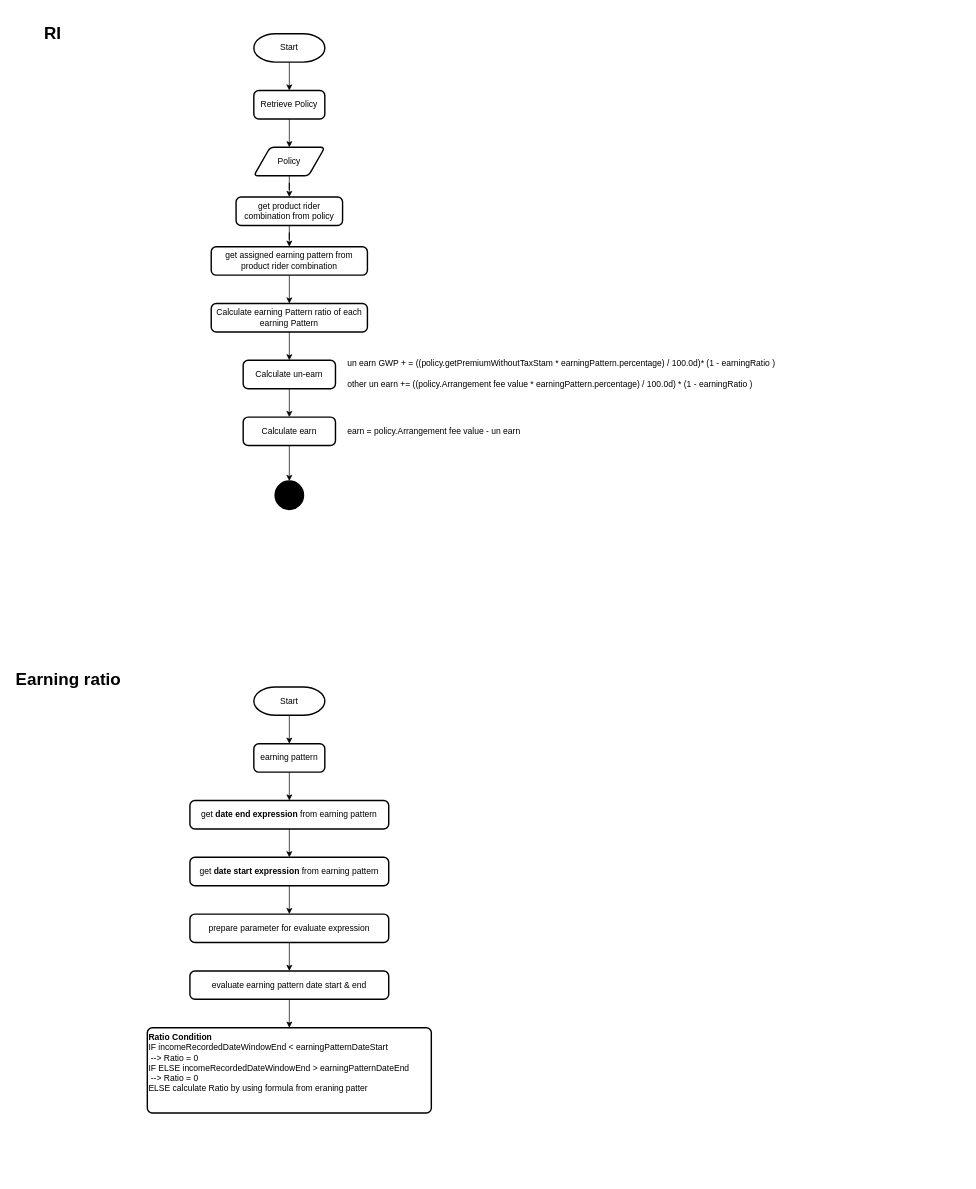
Before: SG-RI-Calculation.drawio in phatcharalaw/my-doc, a draw.io diagram. Source tidied: cells renumbered, new cells numbered last; positions are measured from the earlier drawing's top-left corner, leaving out a move shared by most shapes. Both pictures are drawn from the tidied source at 71%, with x=0, y=0 at pixel (12, 19).
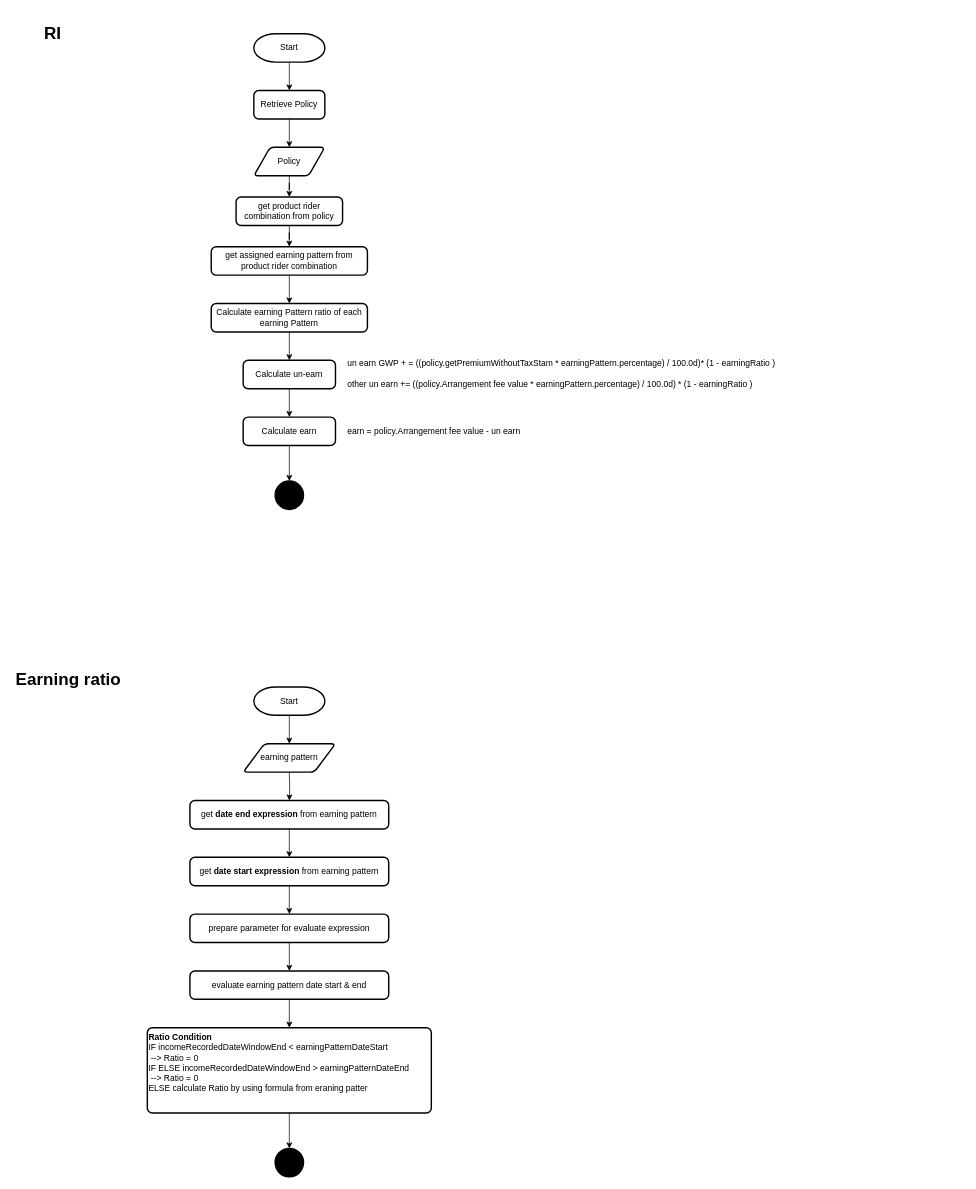
The same diagram, later.

The change refers to these unchanged cells:
```xml
<mxCell id="25" value="Start" style="strokeWidth=2;html=1;shape=mxgraph.flowchart.terminator;whiteSpace=wrap;align=center;" parent="1" vertex="1">
  <mxGeometry x="340" y="940" width="100" height="40" as="geometry" />
</mxCell>
<mxCell id="29" value="get &lt;b&gt;date end expression&lt;/b&gt; from earning pattern" style="rounded=1;whiteSpace=wrap;html=1;absoluteArcSize=1;arcSize=14;strokeWidth=2;" parent="1" vertex="1">
  <mxGeometry x="250" y="1100" width="280" height="40" as="geometry" />
</mxCell>
<mxCell id="36" value="&lt;div&gt;&lt;span&gt;&lt;b&gt;Ratio Condition&lt;/b&gt;&lt;/span&gt;&lt;/div&gt;&lt;div&gt;&lt;span&gt;IF incomeRecordedDateWindowEnd &amp;lt; earningPatternDateStart&lt;/span&gt;&lt;/div&gt;&lt;div&gt;&lt;span&gt;&lt;span style=&quot;white-space: pre&quot;&gt; &lt;/span&gt;--&amp;gt; Ratio = 0&amp;nbsp;&lt;/span&gt;&lt;/div&gt;&lt;div&gt;&lt;span&gt;IF ELSE incomeRecordedDateWindowEnd &amp;gt; earningPatternDateEnd&lt;/span&gt;&lt;/div&gt;&lt;div&gt;&lt;span&gt;&lt;span style=&quot;white-space: pre&quot;&gt; &lt;/span&gt;--&amp;gt; Ratio = 0&amp;nbsp;&lt;/span&gt;&lt;/div&gt;&lt;div&gt;&lt;span&gt;ELSE calculate Ratio by using formula from eraning patter&lt;/span&gt;&lt;/div&gt;" style="rounded=1;whiteSpace=wrap;html=1;absoluteArcSize=1;arcSize=14;strokeWidth=2;align=left;verticalAlign=top;fontStyle=0;" parent="1" vertex="1">
  <mxGeometry x="190" y="1420" width="400" height="120" as="geometry" />
</mxCell>
```

Diff of the diagram source:
```diff
@@
-    <mxCell id="24" style="edgeStyle=orthogonalEdgeStyle;rounded=0;jettySize=auto;html=1;entryX=0.5;entryY=0;entryDx=0;entryDy=0;" parent="1" edge="1" source="25" target="27">
-      <mxGeometry relative="1" as="geometry" />
+    <mxCell id="24" style="edgeStyle=orthogonalEdgeStyle;rounded=0;jettySize=auto;html=1;entryX=0.5;entryY=0;entryDx=0;entryDy=0;" parent="1" edge="1" source="25">
+      <mxGeometry relative="1" as="geometry">
+        <mxPoint x="390" y="1020" as="targetPoint" />
+      </mxGeometry>
     </mxCell>
@@
-    <mxCell id="26" style="edgeStyle=orthogonalEdgeStyle;rounded=0;jettySize=auto;html=1;entryX=0.5;entryY=0;entryDx=0;entryDy=0;" parent="1" edge="1" source="27" target="29">
-      <mxGeometry relative="1" as="geometry" />
+    <mxCell id="26" style="edgeStyle=orthogonalEdgeStyle;rounded=0;jettySize=auto;html=1;entryX=0.5;entryY=0;entryDx=0;entryDy=0;" parent="1" edge="1" target="29">
+      <mxGeometry relative="1" as="geometry">
+        <mxPoint x="390" y="1060" as="sourcePoint" />
+      </mxGeometry>
     </mxCell>
-    <mxCell id="27" value="earning pattern" style="rounded=1;whiteSpace=wrap;html=1;absoluteArcSize=1;arcSize=14;strokeWidth=2;" parent="1" vertex="1">
-      <mxGeometry x="340" y="1020" width="100" height="40" as="geometry" />
-    </mxCell>
@@
+    <mxCell id="37" style="edgeStyle=orthogonalEdgeStyle;rounded=0;jettySize=auto;html=1;entryX=0.5;entryY=0;entryDx=0;entryDy=0;entryPerimeter=0;" parent="1" edge="1" source="36" target="38">
+      <mxGeometry relative="1" as="geometry" />
+    </mxCell>
@@
+    <mxCell id="38" style="strokeWidth=2;html=1;shape=mxgraph.flowchart.start_2;whiteSpace=wrap;align=left;fillColor=#000000;" parent="1" vertex="1">
+      <mxGeometry x="370" y="1590" width="40" height="40" as="geometry" />
+    </mxCell>
+    <mxCell id="27" value="&lt;span style=&quot;white-space: normal;&quot;&gt;earning pattern&lt;/span&gt;" style="shape=parallelogram;html=1;strokeWidth=2;perimeter=parallelogramPerimeter;whiteSpace=wrap;rounded=1;arcSize=12;size=0.23;align=center;" parent="1" vertex="1">
+      <mxGeometry x="325" y="1020" width="130" height="40" as="geometry" />
+    </mxCell>
```
